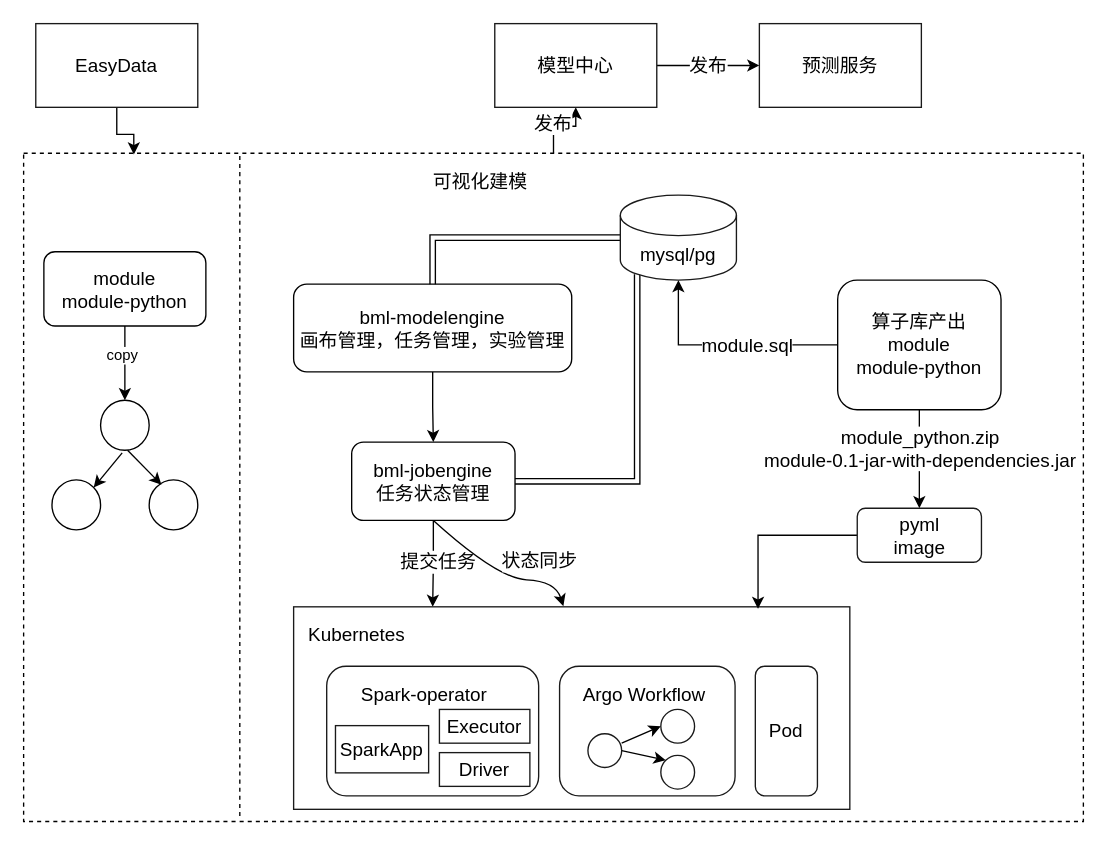
This is images/未命名绘图.drawio from LinChuangquan/-, a draw.io file, before an edit. Source tidied: cells renumbered, new cells numbered last; positions are measured from the earlier drawing's top-left corner, leaving out a move shared by most shapes. Both pictures are drawn from the tidied source at 135%, with x=0, y=0 at pixel (23, 23).
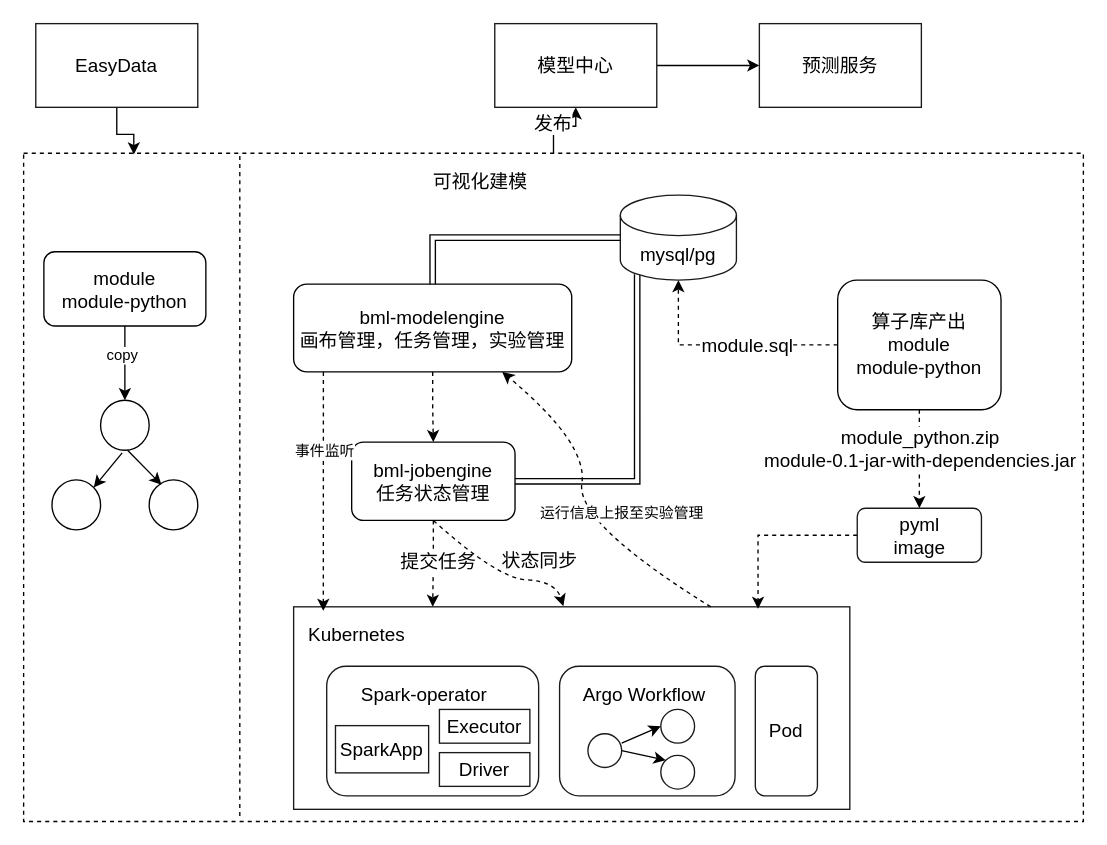
After the change.

Commit message:
更新未命名绘图.drawio

The change refers to these unchanged cells:
```xml
<mxCell id="14" value="&lt;font style=&quot;font-size: 14px;&quot;&gt;bml-modelengine&lt;br&gt;画布管理，任务管理，实验管理&lt;br&gt;&lt;/font&gt;" style="rounded=1;whiteSpace=wrap;html=1;fillColor=none;" parent="1" vertex="1">
  <mxGeometry x="200" y="193" width="206" height="65" as="geometry" />
</mxCell>
<mxCell id="18" value="bml-jobengine&lt;br&gt;任务状态管理" style="rounded=1;whiteSpace=wrap;html=1;fontSize=14;fillColor=none;" parent="1" vertex="1">
  <mxGeometry x="243" y="310" width="121" height="58" as="geometry" />
</mxCell>
<mxCell id="19" style="rounded=0;whiteSpace=wrap;html=1;fontSize=14;fillColor=default;strokeColor=#1A1A1A;" parent="1" vertex="1">
  <mxGeometry x="200" y="432" width="412" height="150" as="geometry" />
</mxCell>
<mxCell id="37" value="mysql/pg" style="shape=cylinder3;whiteSpace=wrap;html=1;boundedLbl=1;backgroundOutline=1;size=15;fontSize=14;strokeColor=#1A1A1A;fillColor=default;" parent="1" vertex="1">
  <mxGeometry x="442" y="127" width="86" height="63" as="geometry" />
</mxCell>
<mxCell id="42" value="&lt;font style=&quot;font-size: 14px;&quot;&gt;算子库产出&lt;br&gt;module&lt;br&gt;module-python&lt;/font&gt;" style="rounded=1;whiteSpace=wrap;html=1;" parent="1" vertex="1">
  <mxGeometry x="603" y="190" width="121" height="96" as="geometry" />
</mxCell>
<mxCell id="44" value="pyml&lt;br&gt;image" style="rounded=1;whiteSpace=wrap;html=1;fontSize=14;strokeColor=#1A1A1A;fillColor=default;" parent="1" vertex="1">
  <mxGeometry x="617.5" y="359" width="92" height="40" as="geometry" />
</mxCell>
<mxCell id="48" value="预测服务" style="rounded=0;whiteSpace=wrap;html=1;fontSize=14;strokeColor=#1A1A1A;fillColor=default;" parent="1" vertex="1">
  <mxGeometry x="545" width="120" height="62" as="geometry" />
</mxCell>
<mxCell id="50" value="模型中心" style="rounded=0;whiteSpace=wrap;html=1;fontSize=14;strokeColor=#1A1A1A;fillColor=default;" parent="1" vertex="1">
  <mxGeometry x="349" width="120" height="62" as="geometry" />
</mxCell>
```

Diff of the diagram source:
```diff
@@
-    <mxCell id="13" style="edgeStyle=orthogonalEdgeStyle;rounded=0;jettySize=auto;html=1;fontSize=14;" parent="1" edge="1" source="14" target="18">
+    <mxCell id="13" style="edgeStyle=orthogonalEdgeStyle;rounded=0;jettySize=auto;html=1;fontSize=14;dashed=1;" parent="1" edge="1" source="14" target="18">
       <mxGeometry relative="1" as="geometry" />
     </mxCell>
@@
-    <mxCell id="15" style="edgeStyle=orthogonalEdgeStyle;rounded=0;jettySize=auto;html=1;exitX=0.5;exitY=1;exitDx=0;exitDy=0;entryX=0.25;entryY=0;entryDx=0;entryDy=0;fontSize=14;" parent="1" edge="1" source="18" target="19">
+    <mxCell id="15" style="edgeStyle=orthogonalEdgeStyle;rounded=0;jettySize=auto;html=1;exitX=0.5;exitY=1;exitDx=0;exitDy=0;entryX=0.25;entryY=0;entryDx=0;entryDy=0;fontSize=14;dashed=1;" parent="1" edge="1" source="18" target="19">
       <mxGeometry relative="1" as="geometry" />
     </mxCell>
@@
-    <mxCell id="34" style="curved=1;endArrow=classic;html=1;rounded=0;fontSize=14;exitX=0.5;exitY=1;exitDx=0;exitDy=0;entryX=0.485;entryY=-0.003;entryDx=0;entryDy=0;entryPerimeter=0;" parent="1" edge="1" source="18" target="19">
+    <mxCell id="34" style="curved=1;endArrow=classic;html=1;rounded=0;fontSize=14;exitX=0.5;exitY=1;exitDx=0;exitDy=0;entryX=0.485;entryY=-0.003;entryDx=0;entryDy=0;entryPerimeter=0;dashed=1;" parent="1" edge="1" source="18" target="19">
       <mxGeometry relative="1" as="geometry">
         <Array as="points">
           <mxPoint x="351" y="411" />
           <mxPoint x="394" y="413" />
         </Array>
       </mxGeometry>
     </mxCell>
@@
-    <mxCell id="38" style="edgeStyle=orthogonalEdgeStyle;rounded=0;jettySize=auto;html=1;entryX=0.5;entryY=1;entryDx=0;entryDy=0;entryPerimeter=0;fontSize=14;" parent="1" edge="1" source="42" target="37">
+    <mxCell id="38" style="edgeStyle=orthogonalEdgeStyle;rounded=0;jettySize=auto;html=1;entryX=0.5;entryY=1;entryDx=0;entryDy=0;entryPerimeter=0;fontSize=14;dashed=1;" parent="1" edge="1" source="42" target="37">
       <mxGeometry relative="1" as="geometry" />
     </mxCell>
@@
-    <mxCell id="40" style="edgeStyle=orthogonalEdgeStyle;rounded=0;jettySize=auto;html=1;fontSize=14;" parent="1" edge="1" source="42" target="44">
+    <mxCell id="40" style="edgeStyle=orthogonalEdgeStyle;rounded=0;jettySize=auto;html=1;fontSize=14;dashed=1;" parent="1" edge="1" source="42" target="44">
       <mxGeometry relative="1" as="geometry" />
     </mxCell>
@@
-    <mxCell id="43" style="edgeStyle=orthogonalEdgeStyle;rounded=0;jettySize=auto;html=1;entryX=0.835;entryY=0.01;entryDx=0;entryDy=0;entryPerimeter=0;fontSize=14;" parent="1" edge="1" source="44" target="19">
+    <mxCell id="43" style="edgeStyle=orthogonalEdgeStyle;rounded=0;jettySize=auto;html=1;entryX=0.835;entryY=0.01;entryDx=0;entryDy=0;entryPerimeter=0;fontSize=14;dashed=1;" parent="1" edge="1" source="44" target="19">
       <mxGeometry relative="1" as="geometry" />
     </mxCell>
@@
-    <mxCell id="49" value="发布" style="edgeStyle=orthogonalEdgeStyle;rounded=0;jettySize=auto;html=1;fontSize=14;" parent="1" edge="1" source="50" target="48">
+    <mxCell id="49" style="edgeStyle=orthogonalEdgeStyle;rounded=0;jettySize=auto;html=1;fontSize=14;" parent="1" edge="1" source="50" target="48">
       <mxGeometry relative="1" as="geometry" />
     </mxCell>
@@
+    <mxCell id="52" style="endArrow=classic;html=1;rounded=0;dashed=1;exitX=0.107;exitY=1;exitDx=0;exitDy=0;exitPerimeter=0;" parent="1" edge="1" source="14">
+      <mxGeometry relative="1" as="geometry">
+        <mxPoint x="222" y="435" as="targetPoint" />
+      </mxGeometry>
+    </mxCell>
+    <mxCell id="53" value="事件监听" style="edgeLabel;html=1;align=center;verticalAlign=middle;" parent="52" vertex="1">
+      <mxGeometry x="-0.33" relative="1" as="geometry" />
+    </mxCell>
+    <mxCell id="54" style="endArrow=classic;html=1;dashed=1;exitX=0.75;exitY=0;exitDx=0;exitDy=0;entryX=0.75;entryY=1;entryDx=0;entryDy=0;curved=1;" parent="1" edge="1" source="19" target="14">
+      <mxGeometry relative="1" as="geometry">
+        <Array as="points">
+          <mxPoint x="409" y="370" />
+          <mxPoint x="418" y="311" />
+        </Array>
+      </mxGeometry>
+    </mxCell>
+    <mxCell id="55" value="运行信息上报至实验管理" style="edgeLabel;html=1;align=center;verticalAlign=middle;" parent="54" vertex="1">
+      <mxGeometry x="-0.01" y="-10" relative="1" as="geometry">
+        <mxPoint x="22" y="2" as="offset" />
+      </mxGeometry>
+    </mxCell>
```
